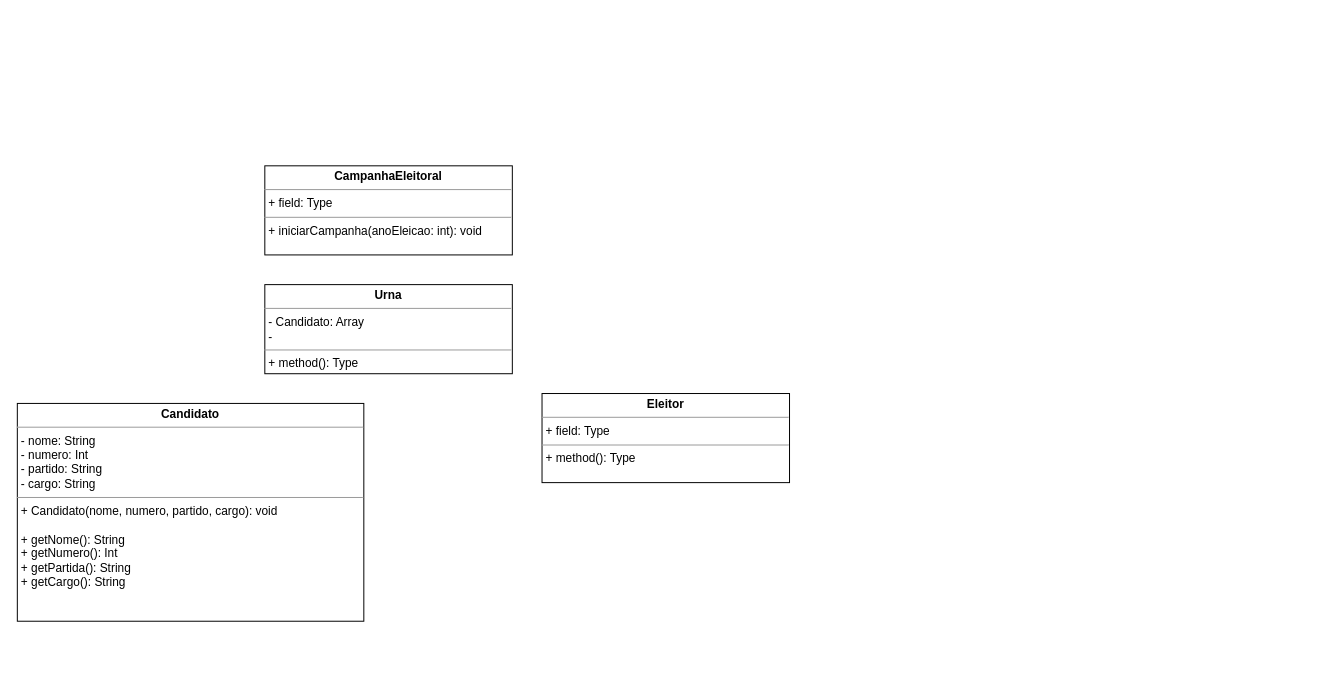
Earlier version of the draw.io diagram src/diagramas/diagrama-de-classes.drawio (matheusvictor/urna_eleitoral). Source tidied: cells renumbered, new cells numbered last; positions are measured from the earlier drawing's top-left corner, leaving out a move shared by most shapes. Both pictures are drawn from the tidied source at 99%, with x=0, y=0 at pixel (17, 165).
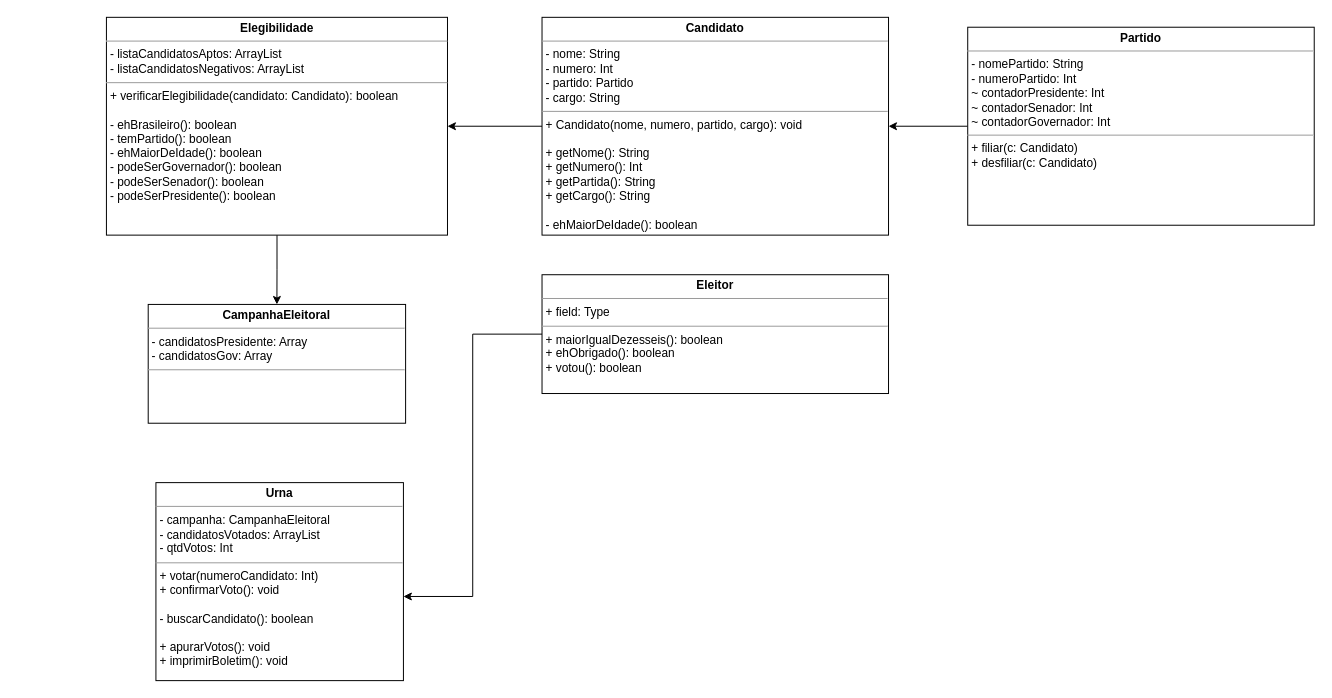
After the change.

Commit message:
Atualiza diagrama

What changed in the source:
```diff
@@
 <mxGraphModel>
   <root>
     <mxCell id="0" />
     <mxCell id="1" parent="0" />
+    <mxCell id="6" style="edgeStyle=orthogonalEdgeStyle;rounded=0;jettySize=auto;html=1;entryX=1;entryY=0.5;entryDx=0;entryDy=0;" parent="1" edge="1" source="2" target="9">
+      <mxGeometry relative="1" as="geometry" />
+    </mxCell>
-    <mxCell id="2" value="&lt;p style=&quot;margin:0px;margin-top:4px;text-align:center;&quot;&gt;&lt;b&gt;Candidato&lt;/b&gt;&lt;/p&gt;&lt;hr size=&quot;1&quot;&gt;&lt;p style=&quot;margin:0px;margin-left:4px;&quot;&gt;- nome: String&lt;/p&gt;&lt;p style=&quot;margin:0px;margin-left:4px;&quot;&gt;- numero: Int&lt;/p&gt;&lt;p style=&quot;margin:0px;margin-left:4px;&quot;&gt;- partido: String&lt;/p&gt;&lt;p style=&quot;margin:0px;margin-left:4px;&quot;&gt;- cargo: String&lt;/p&gt;&lt;hr size=&quot;1&quot;&gt;&lt;p style=&quot;margin:0px;margin-left:4px;&quot;&gt;+ Candidato(nome, numero, partido, cargo): void&lt;/p&gt;&lt;p style=&quot;margin:0px;margin-left:4px;&quot;&gt;&lt;br&gt;&lt;/p&gt;&lt;p style=&quot;margin:0px;margin-left:4px;&quot;&gt;+ getNome(): String&lt;/p&gt;&lt;p style=&quot;margin:0px;margin-left:4px;&quot;&gt;&lt;span style=&quot;background-color: initial;&quot;&gt;+ getNumero(): Int&lt;/span&gt;&lt;br&gt;&lt;/p&gt;&lt;p style=&quot;margin:0px;margin-left:4px;&quot;&gt;+ getPartida(): String&lt;/p&gt;&lt;p style=&quot;margin:0px;margin-left:4px;&quot;&gt;+ getCargo(): String&lt;/p&gt;" style="verticalAlign=top;align=left;overflow=fill;fontSize=12;fontFamily=Helvetica;html=1;" parent="1" vertex="1">
-      <mxGeometry y="240" width="350" height="220" as="geometry" />
+    <mxCell id="2" value="&lt;p style=&quot;margin:0px;margin-top:4px;text-align:center;&quot;&gt;&lt;b&gt;Candidato&lt;/b&gt;&lt;/p&gt;&lt;hr size=&quot;1&quot;&gt;&lt;p style=&quot;margin:0px;margin-left:4px;&quot;&gt;- nome: String&lt;/p&gt;&lt;p style=&quot;margin:0px;margin-left:4px;&quot;&gt;- numero: Int&lt;/p&gt;&lt;p style=&quot;margin:0px;margin-left:4px;&quot;&gt;- partido: Partido&lt;br&gt;&lt;/p&gt;&lt;p style=&quot;margin:0px;margin-left:4px;&quot;&gt;- cargo: String&lt;/p&gt;&lt;hr size=&quot;1&quot;&gt;&lt;p style=&quot;margin:0px;margin-left:4px;&quot;&gt;+ Candidato(nome, numero, partido, cargo): void&lt;/p&gt;&lt;p style=&quot;margin:0px;margin-left:4px;&quot;&gt;&lt;br&gt;&lt;/p&gt;&lt;p style=&quot;margin:0px;margin-left:4px;&quot;&gt;+ getNome(): String&lt;/p&gt;&lt;p style=&quot;margin:0px;margin-left:4px;&quot;&gt;&lt;span style=&quot;background-color: initial;&quot;&gt;+ getNumero(): Int&lt;/span&gt;&lt;br&gt;&lt;/p&gt;&lt;p style=&quot;margin:0px;margin-left:4px;&quot;&gt;+ getPartida(): String&lt;/p&gt;&lt;p style=&quot;margin:0px;margin-left:4px;&quot;&gt;+ getCargo(): String&lt;/p&gt;&lt;p style=&quot;margin:0px;margin-left:4px;&quot;&gt;&lt;br&gt;&lt;/p&gt;&lt;p style=&quot;margin:0px;margin-left:4px;&quot;&gt;- ehMaiorDeIdade(): boolean&lt;br&gt;&lt;/p&gt;" style="verticalAlign=top;align=left;overflow=fill;fontSize=12;fontFamily=Helvetica;html=1;" parent="1" vertex="1">
+      <mxGeometry x="530" y="-150" width="350" height="220" as="geometry" />
     </mxCell>
+    <mxCell id="7" style="edgeStyle=orthogonalEdgeStyle;rounded=0;jettySize=auto;html=1;entryX=1;entryY=0.575;entryDx=0;entryDy=0;entryPerimeter=0;" parent="1" edge="1" source="3" target="4">
+      <mxGeometry relative="1" as="geometry" />
+    </mxCell>
-    <mxCell id="3" value="&lt;p style=&quot;margin:0px;margin-top:4px;text-align:center;&quot;&gt;&lt;b&gt;Eleitor&lt;/b&gt;&lt;/p&gt;&lt;hr size=&quot;1&quot;&gt;&lt;p style=&quot;margin:0px;margin-left:4px;&quot;&gt;+ field: Type&lt;/p&gt;&lt;hr size=&quot;1&quot;&gt;&lt;p style=&quot;margin:0px;margin-left:4px;&quot;&gt;+ method(): Type&lt;/p&gt;" style="verticalAlign=top;align=left;overflow=fill;fontSize=12;fontFamily=Helvetica;html=1;" parent="1" vertex="1">
-      <mxGeometry x="530" y="230" width="250" height="90" as="geometry" />
+    <mxCell id="3" value="&lt;p style=&quot;margin:0px;margin-top:4px;text-align:center;&quot;&gt;&lt;b&gt;Eleitor&lt;/b&gt;&lt;/p&gt;&lt;hr size=&quot;1&quot;&gt;&lt;p style=&quot;margin:0px;margin-left:4px;&quot;&gt;+ field: Type&lt;/p&gt;&lt;hr size=&quot;1&quot;&gt;&lt;p style=&quot;margin:0px;margin-left:4px;&quot;&gt;+ maiorIgualDezesseis(): boolean&lt;/p&gt;&lt;p style=&quot;margin:0px;margin-left:4px;&quot;&gt;+ ehObrigado(): boolean&lt;/p&gt;&lt;p style=&quot;margin:0px;margin-left:4px;&quot;&gt;+ votou(): boolean&lt;br&gt;&lt;/p&gt;" style="verticalAlign=top;align=left;overflow=fill;fontSize=12;fontFamily=Helvetica;html=1;" parent="1" vertex="1">
+      <mxGeometry x="530" y="110" width="350" height="120" as="geometry" />
     </mxCell>
-    <mxCell id="4" value="&lt;p style=&quot;margin:0px;margin-top:4px;text-align:center;&quot;&gt;&lt;b&gt;Urna&lt;/b&gt;&lt;/p&gt;&lt;hr size=&quot;1&quot;&gt;&lt;p style=&quot;margin:0px;margin-left:4px;&quot;&gt;- Candidato: Array&lt;/p&gt;&lt;p style=&quot;margin:0px;margin-left:4px;&quot;&gt;-&amp;nbsp;&lt;/p&gt;&lt;hr size=&quot;1&quot;&gt;&lt;p style=&quot;margin:0px;margin-left:4px;&quot;&gt;+ method(): Type&lt;/p&gt;" style="verticalAlign=top;align=left;overflow=fill;fontSize=12;fontFamily=Helvetica;html=1;" parent="1" vertex="1">
-      <mxGeometry x="250" y="120" width="250" height="90" as="geometry" />
+    <mxCell id="4" value="&lt;p style=&quot;margin:0px;margin-top:4px;text-align:center;&quot;&gt;&lt;b&gt;Urna&lt;/b&gt;&lt;/p&gt;&lt;hr size=&quot;1&quot;&gt;&lt;p style=&quot;margin:0px;margin-left:4px;&quot;&gt;- campanha: CampanhaEleitoral&lt;/p&gt;&lt;p style=&quot;margin:0px;margin-left:4px;&quot;&gt;- candidatosVotados: ArrayList&lt;br&gt;&lt;/p&gt;&lt;p style=&quot;margin:0px;margin-left:4px;&quot;&gt;- qtdVotos: Int&lt;br&gt;&lt;/p&gt;&lt;hr size=&quot;1&quot;&gt;&lt;p style=&quot;margin:0px;margin-left:4px;&quot;&gt;+ votar(numeroCandidato: Int)&lt;/p&gt;&lt;p style=&quot;margin:0px;margin-left:4px;&quot;&gt;+ confirmarVoto(): void&lt;/p&gt;&lt;p style=&quot;margin:0px;margin-left:4px;&quot;&gt;&lt;br&gt;&lt;/p&gt;&lt;p style=&quot;margin:0px;margin-left:4px;&quot;&gt;- buscarCandidato(): boolean&lt;/p&gt;&lt;p style=&quot;margin:0px;margin-left:4px;&quot;&gt;&lt;br&gt;&lt;/p&gt;&lt;p style=&quot;margin:0px;margin-left:4px;&quot;&gt;+ apurarVotos(): void&lt;br&gt;&lt;/p&gt;&lt;p style=&quot;margin:0px;margin-left:4px;&quot;&gt;+ imprimirBoletim(): void&lt;br&gt;&lt;/p&gt;" style="verticalAlign=top;align=left;overflow=fill;fontSize=12;fontFamily=Helvetica;html=1;" parent="1" vertex="1">
+      <mxGeometry x="140" y="320" width="250" height="200" as="geometry" />
     </mxCell>
-    <mxCell id="5" value="&lt;p style=&quot;margin:0px;margin-top:4px;text-align:center;&quot;&gt;&lt;b&gt;CampanhaEleitoral&lt;/b&gt;&lt;/p&gt;&lt;hr size=&quot;1&quot;&gt;&lt;p style=&quot;margin:0px;margin-left:4px;&quot;&gt;+ field: Type&lt;/p&gt;&lt;hr size=&quot;1&quot;&gt;&lt;p style=&quot;margin:0px;margin-left:4px;&quot;&gt;+ iniciarCampanha(anoEleicao: int): void&lt;/p&gt;" style="verticalAlign=top;align=left;overflow=fill;fontSize=12;fontFamily=Helvetica;html=1;" parent="1" vertex="1">
-      <mxGeometry x="250" width="250" height="90" as="geometry" />
-    </mxCell>
+    <mxCell id="8" style="edgeStyle=orthogonalEdgeStyle;rounded=0;jettySize=auto;html=1;" parent="1" edge="1" source="9" target="10">
+      <mxGeometry relative="1" as="geometry" />
+    </mxCell>
+    <mxCell id="9" value="&lt;p style=&quot;margin:0px;margin-top:4px;text-align:center;&quot;&gt;&lt;b&gt;Elegibilidade&lt;/b&gt;&lt;/p&gt;&lt;hr size=&quot;1&quot;&gt;&lt;p style=&quot;margin:0px;margin-left:4px;&quot;&gt;- listaCandidatosAptos: ArrayList&lt;/p&gt;&lt;p style=&quot;margin:0px;margin-left:4px;&quot;&gt;- listaCandidatosNegativos: ArrayList&lt;/p&gt;&lt;hr size=&quot;1&quot;&gt;&lt;p style=&quot;margin:0px;margin-left:4px;&quot;&gt;+ verificarElegibilidade(candidato: Candidato): boolean&lt;/p&gt;&lt;p style=&quot;margin:0px;margin-left:4px;&quot;&gt;&lt;br&gt;&lt;/p&gt;&lt;p style=&quot;margin:0px;margin-left:4px;&quot;&gt;- ehBrasileiro(): boolean&lt;/p&gt;&lt;p style=&quot;margin:0px;margin-left:4px;&quot;&gt;- temPartido(): boolean&lt;br&gt;&lt;/p&gt;&lt;p style=&quot;margin:0px;margin-left:4px;&quot;&gt;- ehMaiorDeIdade(): boolean&lt;/p&gt;&lt;p style=&quot;margin:0px;margin-left:4px;&quot;&gt;- podeSerGovernador(): boolean&lt;/p&gt;&lt;p style=&quot;margin:0px;margin-left:4px;&quot;&gt;- podeSerSenador(): boolean&lt;/p&gt;&lt;p style=&quot;margin:0px;margin-left:4px;&quot;&gt;- podeSerPresidente(): boolean&lt;br&gt;&lt;/p&gt;" style="verticalAlign=top;align=left;overflow=fill;fontSize=12;fontFamily=Helvetica;html=1;" parent="1" vertex="1">
+      <mxGeometry x="90" y="-150" width="344.5" height="220" as="geometry" />
+    </mxCell>
+    <mxCell id="10" value="&lt;p style=&quot;margin:0px;margin-top:4px;text-align:center;&quot;&gt;&lt;b&gt;CampanhaEleitoral&lt;/b&gt;&lt;/p&gt;&lt;hr size=&quot;1&quot;&gt;&lt;p style=&quot;margin:0px;margin-left:4px;&quot;&gt;- candidatosPresidente: Array&lt;/p&gt;&lt;p style=&quot;margin:0px;margin-left:4px;&quot;&gt;- candidatosGov: Array&lt;/p&gt;&lt;hr size=&quot;1&quot;&gt;" style="verticalAlign=top;align=left;overflow=fill;fontSize=12;fontFamily=Helvetica;html=1;" parent="1" vertex="1">
+      <mxGeometry x="132.2" y="140" width="260" height="120" as="geometry" />
+    </mxCell>
+    <mxCell id="11" style="edgeStyle=orthogonalEdgeStyle;rounded=0;jettySize=auto;html=1;entryX=1;entryY=0.5;entryDx=0;entryDy=0;" parent="1" edge="1" source="12" target="2">
+      <mxGeometry relative="1" as="geometry" />
+    </mxCell>
+    <mxCell id="12" value="&lt;p style=&quot;margin:0px;margin-top:4px;text-align:center;&quot;&gt;&lt;b&gt;Partido&lt;/b&gt;&lt;/p&gt;&lt;hr size=&quot;1&quot;&gt;&lt;p style=&quot;margin:0px;margin-left:4px;&quot;&gt;- nomePartido: String&lt;/p&gt;&lt;p style=&quot;margin:0px;margin-left:4px;&quot;&gt;- numeroPartido: Int&lt;/p&gt;&lt;p style=&quot;margin:0px;margin-left:4px;&quot;&gt;~ contadorPresidente: Int&lt;/p&gt;&lt;p style=&quot;margin:0px;margin-left:4px;&quot;&gt;~ contadorSenador: Int&lt;/p&gt;&lt;p style=&quot;margin:0px;margin-left:4px;&quot;&gt;~ contadorGovernador: Int&lt;/p&gt;&lt;hr size=&quot;1&quot;&gt;&lt;p style=&quot;margin:0px;margin-left:4px;&quot;&gt;+ filiar(c: Candidato)&lt;/p&gt;&lt;p style=&quot;margin:0px;margin-left:4px;&quot;&gt;+ desfiliar(c: Candidato)&lt;br&gt;&lt;/p&gt;" style="verticalAlign=top;align=left;overflow=fill;fontSize=12;fontFamily=Helvetica;html=1;" parent="1" vertex="1">
+      <mxGeometry x="960" y="-140" width="350" height="200" as="geometry" />
+    </mxCell>
   </root>
 </mxGraphModel>
```
